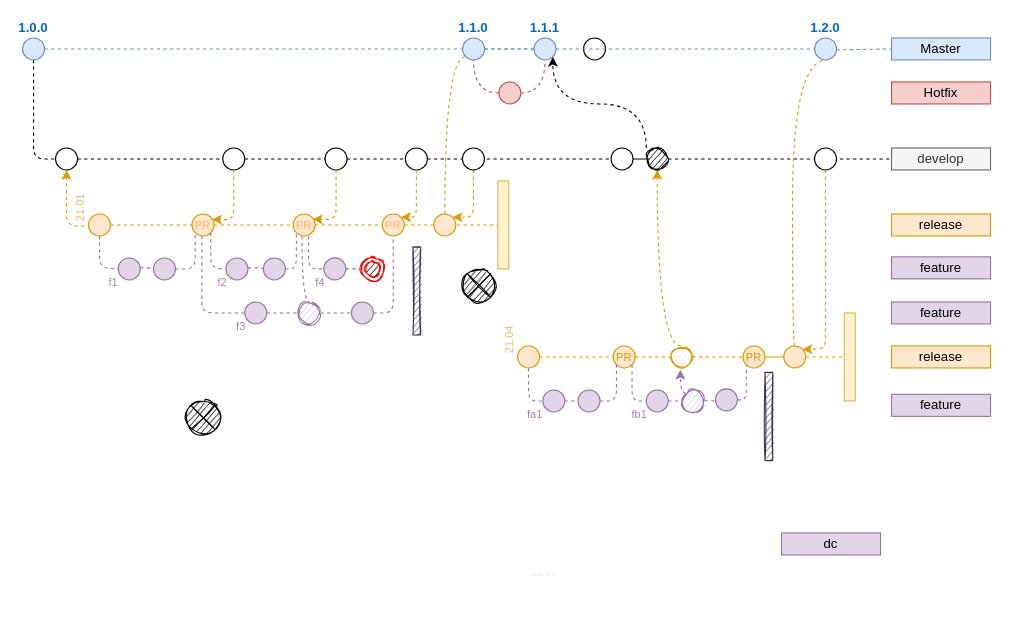
salmen/gitflowdiagram keeps this draw.io diagram as page "mw-roa-rel-simple" (4 of 5) of Untitled Diagram.drawio. Above is the earlier version. Source tidied: cells renumbered, new cells numbered last; positions are measured from the earlier drawing's top-left corner, leaving out a move shared by most shapes. Both pictures are drawn from the tidied source at 110%, with x=0, y=0 at pixel (22, 37).
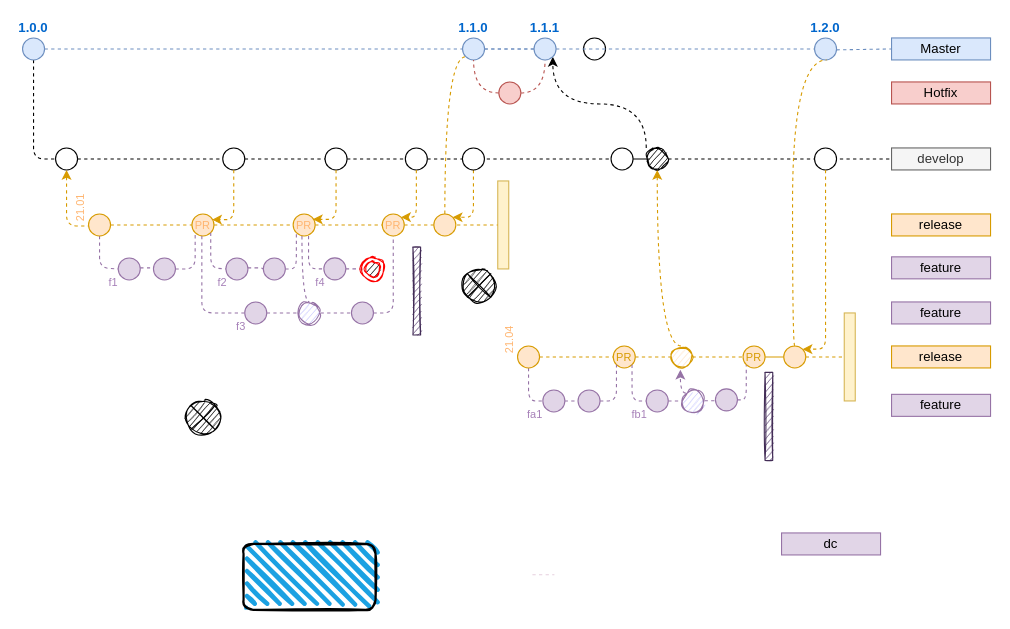
After the change.

Commit message:
TAKTAK SALMEN

The edit, as a diff of the source:
```diff
@@
+    <mxCell id="111" style="rounded=1;whiteSpace=wrap;html=1;strokeWidth=2;fillWeight=4;hachureGap=8;hachureAngle=45;fillColor=#1ba1e2;sketch=1;" parent="1" vertex="1">
+      <mxGeometry x="200.9" y="460" width="120" height="60" as="geometry" />
+    </mxCell>
```
